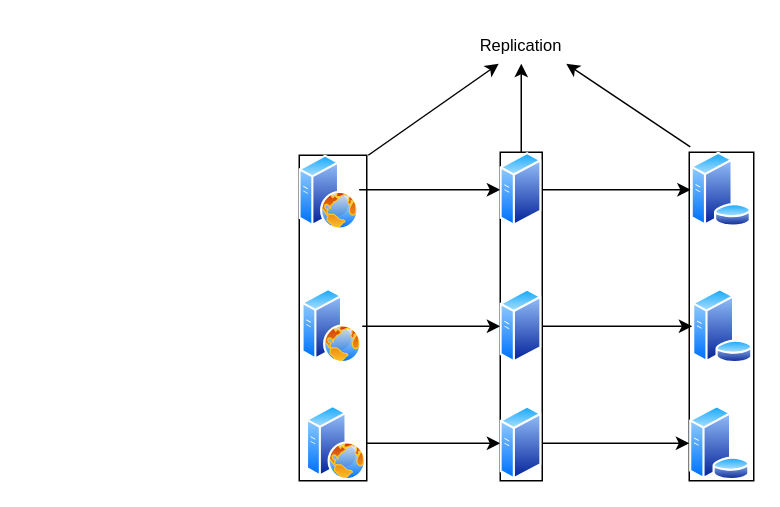
Earlier version of the draw.io diagram Untitled Diagram.drawio (dev-resources-millenium/ReferencesForEnterpriseApps). Source tidied: cells renumbered, new cells numbered last; positions are measured from the earlier drawing's top-left corner, leaving out a move shared by most shapes. Both pictures are drawn from the tidied source at 150%, with x=0, y=0 at pixel (298, 26).
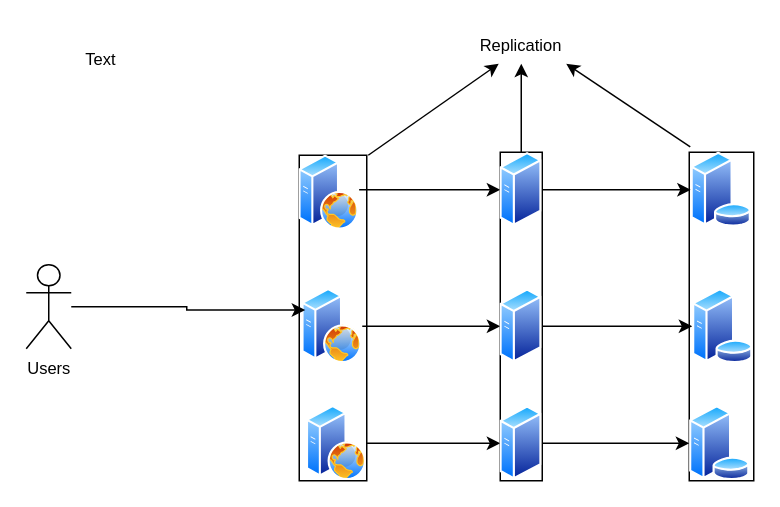
Above is the later version.

Unchanged cells that the change refers to:
```xml
<mxCell id="9" style="image;perimeter=ellipsePerimeter;html=1;align=center;shadow=0;dashed=0;spacingTop=3;image=img/lib/active_directory/web_server.svg;strokeColor=default;" parent="8" vertex="1">
  <mxGeometry x="2" y="89" width="40" height="50" as="geometry" />
</mxCell>
```

What changed in the source:
```diff
@@
+    <mxCell id="24" value="Text" style="text;html=1;strokeColor=none;fillColor=none;align=center;verticalAlign=middle;whiteSpace=wrap;rounded=0;fontSize=11;fontFamily=Helvetica;fontColor=default;" parent="1" vertex="1">
+      <mxGeometry x="-162" y="7" width="60" height="30" as="geometry" />
+    </mxCell>
+    <mxCell id="25" style="edgeStyle=orthogonalEdgeStyle;shape=connector;rounded=0;jettySize=auto;html=1;entryX=0;entryY=0.25;entryDx=0;entryDy=0;labelBackgroundColor=default;strokeColor=default;align=center;verticalAlign=middle;fontFamily=Helvetica;fontSize=11;fontColor=default;endArrow=classic;" parent="1" edge="1" source="26" target="9">
+      <mxGeometry relative="1" as="geometry" />
+    </mxCell>
+    <mxCell id="26" value="Users" style="shape=umlActor;verticalLabelPosition=bottom;verticalAlign=top;html=1;outlineConnect=0;fontFamily=Helvetica;fontSize=11;fontColor=default;" parent="1" vertex="1">
+      <mxGeometry x="-182" y="159" width="30" height="56" as="geometry" />
+    </mxCell>
```
